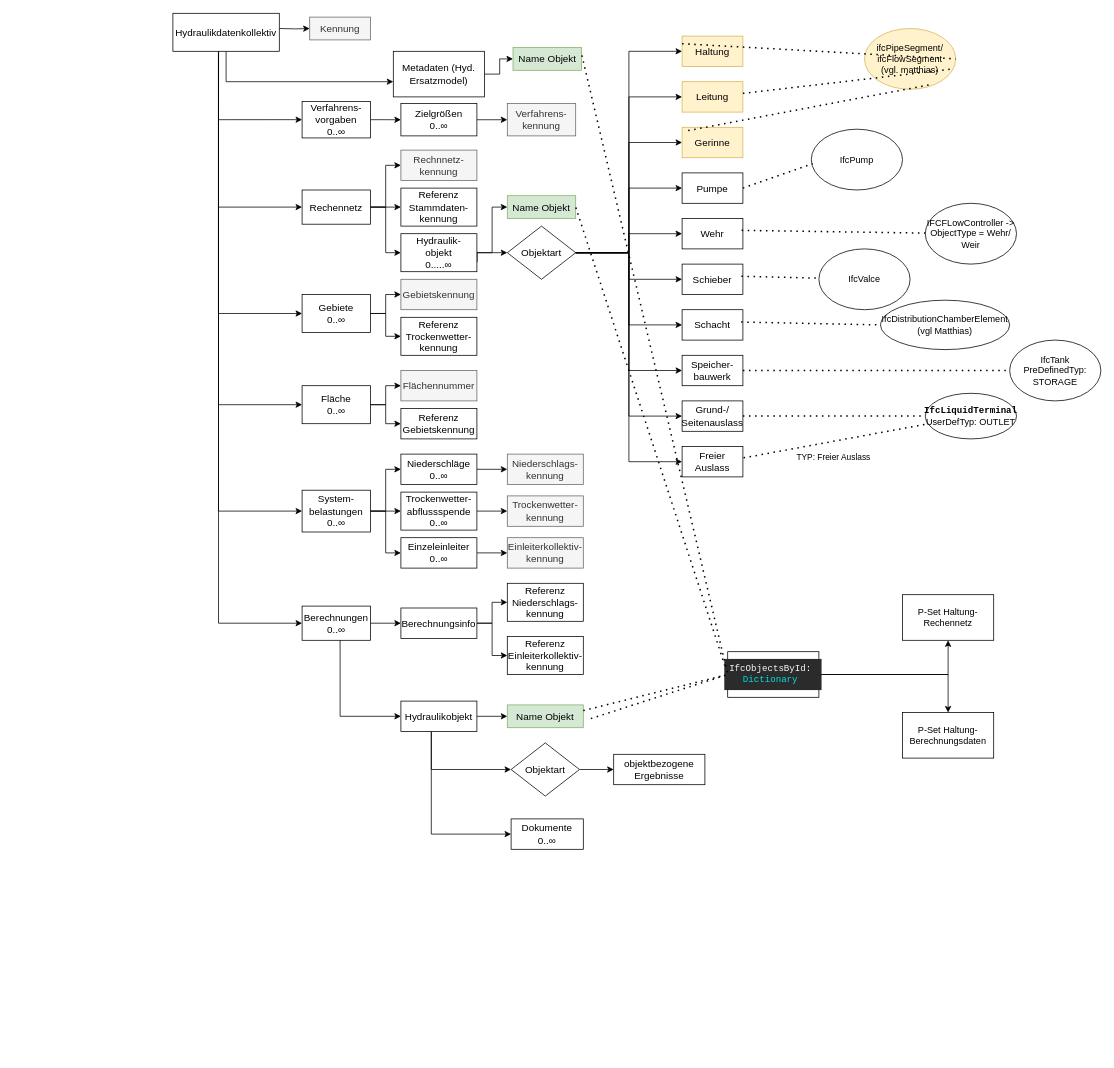
Before: Grobwasser mit IFC Klassen.drawio in simonwb123/BA-ISYBAU, a draw.io diagram. Source tidied: cells renumbered, new cells numbered last; positions are measured from the earlier drawing's top-left corner, leaving out a move shared by most shapes. Both pictures are drawn from the tidied source at 76%, with x=0, y=0 at pixel (173, 13).
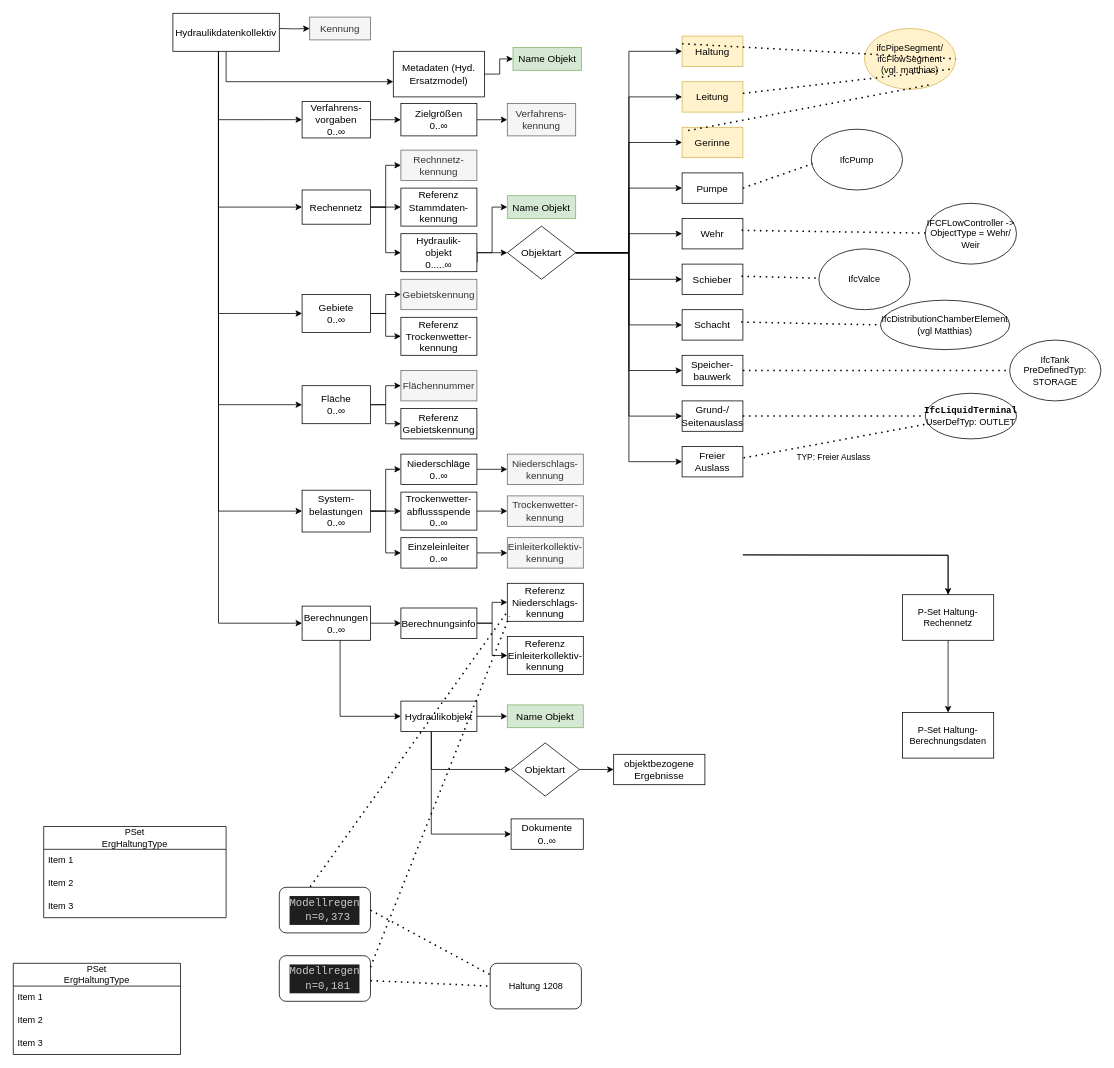
After the change.

Unchanged cells that the change refers to:
```xml
<mxCell id="41" value="Name Objekt" style="rounded=0;whiteSpace=wrap;html=1;fontFamily=Latin Modern;fontSize=13;fillColor=#d5e8d4;strokeColor=#82b366;" parent="1" vertex="1">
  <mxGeometry x="440" y="240" width="90" height="30" as="geometry" />
</mxCell>
<mxCell id="72" value="Referenz Niederschlags- kennung" style="rounded=0;whiteSpace=wrap;html=1;fontFamily=Latin Modern;fontSize=13;" parent="1" vertex="1">
  <mxGeometry x="440" y="750" width="100" height="50" as="geometry" />
</mxCell>
<mxCell id="85" value="Name Objekt" style="rounded=0;whiteSpace=wrap;html=1;fontFamily=Latin Modern;fontSize=13;fillColor=#d5e8d4;strokeColor=#82b366;" parent="1" vertex="1">
  <mxGeometry x="440" y="910" width="100" height="30" as="geometry" />
</mxCell>
<mxCell id="111" value="P-Set Haltung-Rechennetz" style="rounded=0;whiteSpace=wrap;html=1;" parent="1" vertex="1">
  <mxGeometry x="960" y="765" width="120" height="60" as="geometry" />
</mxCell>
<mxCell id="112" value="P-Set Haltung-Berechnungsdaten" style="whiteSpace=wrap;html=1;rounded=0;" parent="1" vertex="1">
  <mxGeometry x="960" y="920" width="120" height="60" as="geometry" />
</mxCell>
<mxCell id="115" value="Name Objekt" style="rounded=0;whiteSpace=wrap;html=1;fontFamily=Latin Modern;fontSize=13;fillColor=#d5e8d4;strokeColor=#82b366;" parent="1" vertex="1">
  <mxGeometry x="447.5" y="45" width="90" height="30" as="geometry" />
</mxCell>
```

Change to the diagram source:
```diff
@@
-    <mxCell id="107" style="endArrow=none;dashed=1;html=1;dashPattern=1 3;strokeWidth=2;rounded=0;entryX=1;entryY=0.5;entryDx=0;entryDy=0;exitX=1;exitY=0.25;exitDx=0;exitDy=0;" parent="1" edge="1" source="85" target="41">
-      <mxGeometry relative="1" as="geometry">
-        <Array as="points">
-          <mxPoint x="730" y="870" />
-        </Array>
-      </mxGeometry>
-    </mxCell>
-    <mxCell id="108" style="edgeStyle=orthogonalEdgeStyle;rounded=0;jettySize=auto;html=1;" parent="1" edge="1" source="110" target="111">
-      <mxGeometry relative="1" as="geometry" />
+    <mxCell id="108" style="edgeStyle=orthogonalEdgeStyle;rounded=0;jettySize=auto;html=1;" parent="1" edge="1" target="111">
+      <mxGeometry relative="1" as="geometry">
+        <mxPoint x="750" y="712.6" as="sourcePoint" />
+      </mxGeometry>
     </mxCell>
-    <mxCell id="109" style="edgeStyle=orthogonalEdgeStyle;rounded=0;jettySize=auto;html=1;" parent="1" edge="1" source="110" target="112">
-      <mxGeometry relative="1" as="geometry" />
+    <mxCell id="109" style="edgeStyle=orthogonalEdgeStyle;rounded=0;jettySize=auto;html=1;" parent="1" edge="1" target="112">
+      <mxGeometry relative="1" as="geometry">
+        <mxPoint x="750" y="712.6" as="sourcePoint" />
+      </mxGeometry>
     </mxCell>
-    <mxCell id="110" value="&lt;pre style=&quot;display: block; overflow-x: auto; background: rgb(43, 43, 43); color: rgb(248, 248, 242); padding: 0.5em;&quot; class=&quot;MarkdownCodeBlock_preTag__QMZEO MarkdownCodeBlock_horizontalOverflowHidden__YPHxg&quot;&gt;&lt;code style=&quot;white-space: pre;&quot; class=&quot;MarkdownCodeBlock_codeTag__5BV0Z&quot;&gt;&lt;span class=&quot;hljs-function&quot;&gt;IfcObjectsById&lt;/span&gt;&lt;span&gt;: &lt;br&gt;&lt;/span&gt;&lt;/code&gt;&lt;code style=&quot;white-space: pre;&quot; class=&quot;MarkdownCodeBlock_codeTag__5BV0Z&quot;&gt;&lt;span class=&quot;hljs-function&quot;&gt;&lt;/span&gt;&lt;span style=&quot;color: rgb(0, 224, 224);&quot; class=&quot;hljs-function&quot;&gt;Dictionary&lt;/span&gt;&lt;span class=&quot;hljs-function&quot;&gt;&lt;/span&gt;&lt;/code&gt;&lt;code style=&quot;white-space: pre;&quot; class=&quot;MarkdownCodeBlock_codeTag__5BV0Z&quot;&gt;&lt;span&gt; &lt;/span&gt;&lt;/code&gt;&lt;/pre&gt;" style="rounded=0;whiteSpace=wrap;html=1;" parent="1" vertex="1">
-      <mxGeometry x="730" y="840" width="120" height="60" as="geometry" />
-    </mxCell>
@@
-    <mxCell id="116" style="endArrow=none;dashed=1;html=1;dashPattern=1 3;strokeWidth=2;rounded=0;entryX=1;entryY=0.25;entryDx=0;entryDy=0;exitX=1;exitY=0.25;exitDx=0;exitDy=0;" parent="1" edge="1" target="115">
-      <mxGeometry relative="1" as="geometry">
-        <mxPoint x="550" y="928" as="sourcePoint" />
-        <Array as="points">
-          <mxPoint x="730" y="870" />
-        </Array>
-      </mxGeometry>
-    </mxCell>
+    <mxCell id="117" value="&lt;div style=&quot;color: #cccccc;background-color: #1f1f1f;font-family: Consolas, 'Courier New', monospace;font-weight: normal;font-size: 14px;line-height: 19px;white-space: pre;&quot;&gt;&lt;div&gt;&lt;span style=&quot;color: #cccccc;&quot;&gt;Modellregen&lt;br&gt; n=0,373&lt;/span&gt;&lt;/div&gt;&lt;/div&gt;" style="rounded=1;whiteSpace=wrap;html=1;" parent="1" vertex="1">
+      <mxGeometry x="140" y="1150" width="120" height="60" as="geometry" />
+    </mxCell>
+    <mxCell id="118" value="&lt;div style=&quot;color: rgb(204, 204, 204); background-color: rgb(31, 31, 31); font-family: Consolas, &amp;quot;Courier New&amp;quot;, monospace; font-weight: normal; font-size: 14px; line-height: 19px; white-space: pre;&quot;&gt;&lt;div&gt;&lt;span style=&quot;color: rgb(204, 204, 204);&quot;&gt;Modellregen&lt;br&gt; n=0,181&lt;/span&gt;&lt;/div&gt;&lt;/div&gt;" style="rounded=1;whiteSpace=wrap;html=1;" parent="1" vertex="1">
+      <mxGeometry x="140" y="1240" width="120" height="60" as="geometry" />
+    </mxCell>
+    <mxCell id="119" style="endArrow=none;dashed=1;html=1;dashPattern=1 3;strokeWidth=2;rounded=0;entryX=0;entryY=0.75;entryDx=0;entryDy=0;exitX=0.339;exitY=-0.013;exitDx=0;exitDy=0;exitPerimeter=0;" parent="1" edge="1" source="117" target="72">
+      <mxGeometry relative="1" as="geometry" />
+    </mxCell>
+    <mxCell id="120" style="endArrow=none;dashed=1;html=1;dashPattern=1 3;strokeWidth=2;rounded=0;entryX=0.029;entryY=0.868;entryDx=0;entryDy=0;exitX=1;exitY=0.25;exitDx=0;exitDy=0;entryPerimeter=0;" parent="1" edge="1" source="118" target="72">
+      <mxGeometry relative="1" as="geometry" />
+    </mxCell>
+    <mxCell id="121" value="Haltung 1208" style="rounded=1;whiteSpace=wrap;html=1;" parent="1" vertex="1">
+      <mxGeometry x="417.5" y="1250" width="120" height="60" as="geometry" />
+    </mxCell>
+    <mxCell id="122" style="endArrow=none;dashed=1;html=1;dashPattern=1 3;strokeWidth=2;rounded=0;entryX=0;entryY=0.25;entryDx=0;entryDy=0;exitX=1;exitY=0.5;exitDx=0;exitDy=0;" parent="1" edge="1" source="117" target="121">
+      <mxGeometry relative="1" as="geometry" />
+    </mxCell>
+    <mxCell id="123" style="endArrow=none;dashed=1;html=1;dashPattern=1 3;strokeWidth=2;rounded=0;entryX=0;entryY=0.5;entryDx=0;entryDy=0;" parent="1" edge="1" source="118" target="121">
+      <mxGeometry relative="1" as="geometry" />
+    </mxCell>
+    <mxCell id="124" value="PSet&lt;br&gt;ErgHaltungType" style="swimlane;fontStyle=0;horizontal=1;startSize=30;whiteSpace=wrap;html=1;" parent="1" vertex="1">
+      <mxGeometry x="-210" y="1250" width="220" height="120" as="geometry" />
+    </mxCell>
+    <mxCell id="125" value="Item 1" style="text;strokeColor=none;fillColor=none;align=left;verticalAlign=middle;spacingLeft=4;spacingRight=4;overflow=hidden;whiteSpace=wrap;html=1;" parent="124" vertex="1">
+      <mxGeometry y="30" width="220" height="30" as="geometry" />
+    </mxCell>
+    <mxCell id="126" value="Item 2" style="text;strokeColor=none;fillColor=none;align=left;verticalAlign=middle;spacingLeft=4;spacingRight=4;overflow=hidden;whiteSpace=wrap;html=1;" parent="124" vertex="1">
+      <mxGeometry y="60" width="220" height="30" as="geometry" />
+    </mxCell>
+    <mxCell id="127" value="Item 3" style="text;strokeColor=none;fillColor=none;align=left;verticalAlign=middle;spacingLeft=4;spacingRight=4;overflow=hidden;whiteSpace=wrap;html=1;" parent="124" vertex="1">
+      <mxGeometry y="90" width="220" height="30" as="geometry" />
+    </mxCell>
+    <mxCell id="128" value="PSet&lt;br&gt;ErgHaltungType" style="swimlane;fontStyle=0;horizontal=1;startSize=30;whiteSpace=wrap;html=1;" parent="1" vertex="1">
+      <mxGeometry x="-170" y="1070" width="240" height="120" as="geometry" />
+    </mxCell>
+    <mxCell id="129" value="Item 1" style="text;strokeColor=none;fillColor=none;align=left;verticalAlign=middle;spacingLeft=4;spacingRight=4;overflow=hidden;whiteSpace=wrap;html=1;" parent="128" vertex="1">
+      <mxGeometry y="30" width="240" height="30" as="geometry" />
+    </mxCell>
+    <mxCell id="130" value="Item 2" style="text;strokeColor=none;fillColor=none;align=left;verticalAlign=middle;spacingLeft=4;spacingRight=4;overflow=hidden;whiteSpace=wrap;html=1;" parent="128" vertex="1">
+      <mxGeometry y="60" width="240" height="30" as="geometry" />
+    </mxCell>
+    <mxCell id="131" value="Item 3" style="text;strokeColor=none;fillColor=none;align=left;verticalAlign=middle;spacingLeft=4;spacingRight=4;overflow=hidden;whiteSpace=wrap;html=1;" parent="128" vertex="1">
+      <mxGeometry y="90" width="240" height="30" as="geometry" />
+    </mxCell>
```
